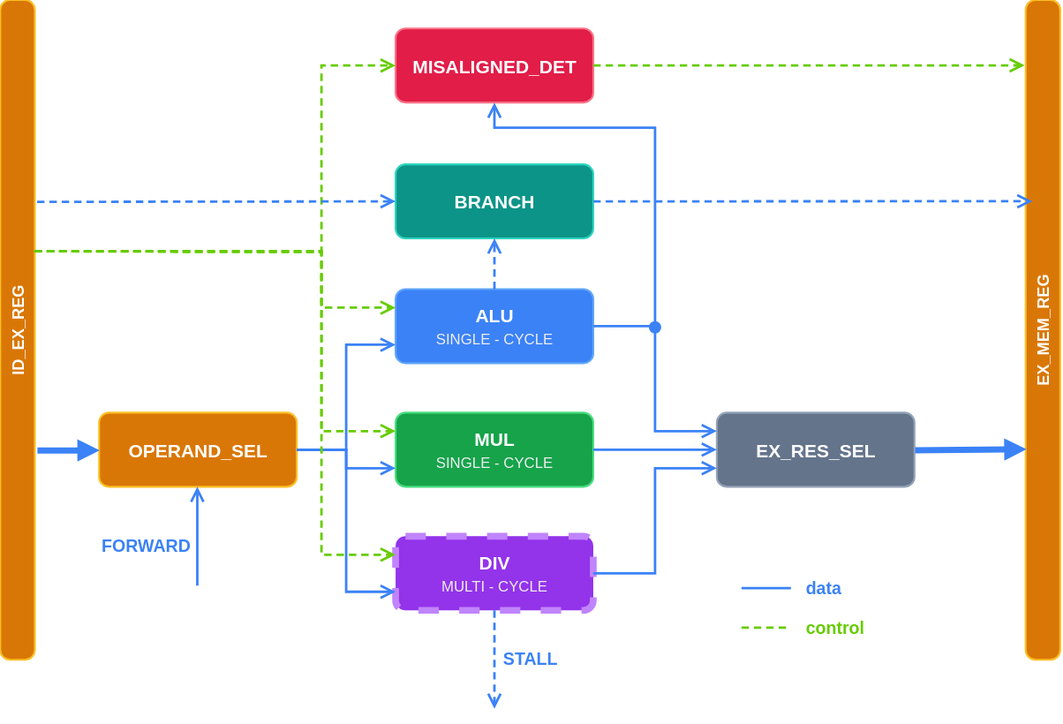
Earlier version of the draw.io export images/svg/ex_stage.svg (marcobenkler/riscv-cpu). Source tidied: cells renumbered, new cells last; positions are measured from the earlier drawing's top-left corner, leaving out a move shared by most shapes.
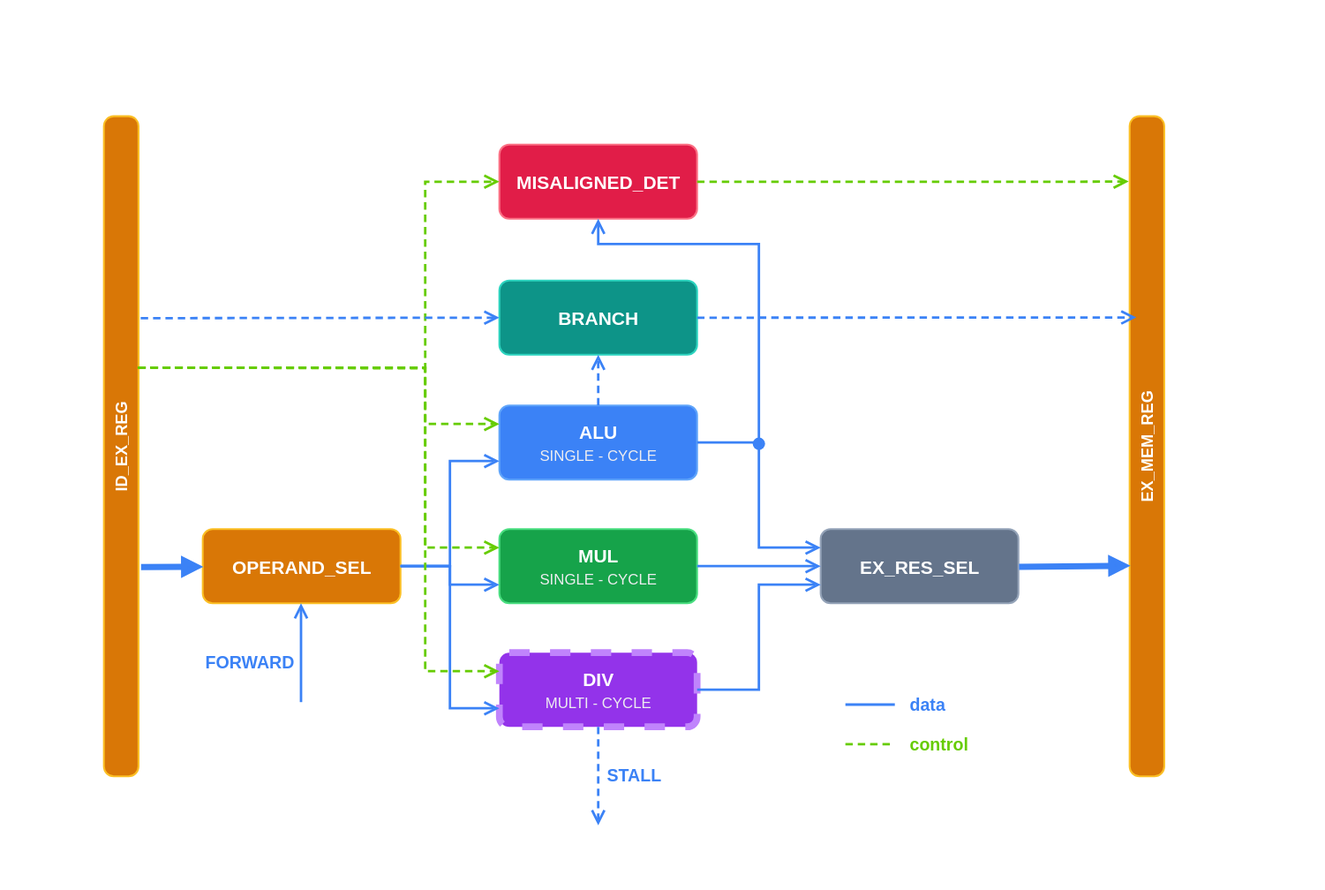
Above is the later version.

Change to the diagram source:
```diff
@@ -152,5 +152,8 @@
     <mxCell id="36" style="html=1;rounded=0;strokeColor=#3B82F6;strokeWidth=2;endArrow=open;endSize=8;fontFamily=Helvetica;fontSize=13;fontStyle=1;fontColor=#3B82F6;labelBackgroundColor=none;dashed=1;dashPattern=3 2;exitX=0.5;exitY=0;exitDx=0;exitDy=0;entryX=0.5;entryY=1;entryDx=0;entryDy=0;" parent="1" edge="1" source="2" target="33">
       <mxGeometry relative="1" as="geometry" />
     </mxCell>
+    <mxCell id="37" style="rounded=0;whiteSpace=wrap;html=1;fillColor=none;strokeColor=none;" parent="1" vertex="1">
+      <mxGeometry x="-84" y="-94" width="1072" height="720" as="geometry" />
+    </mxCell>
   </root>
 </mxGraphModel>
```
